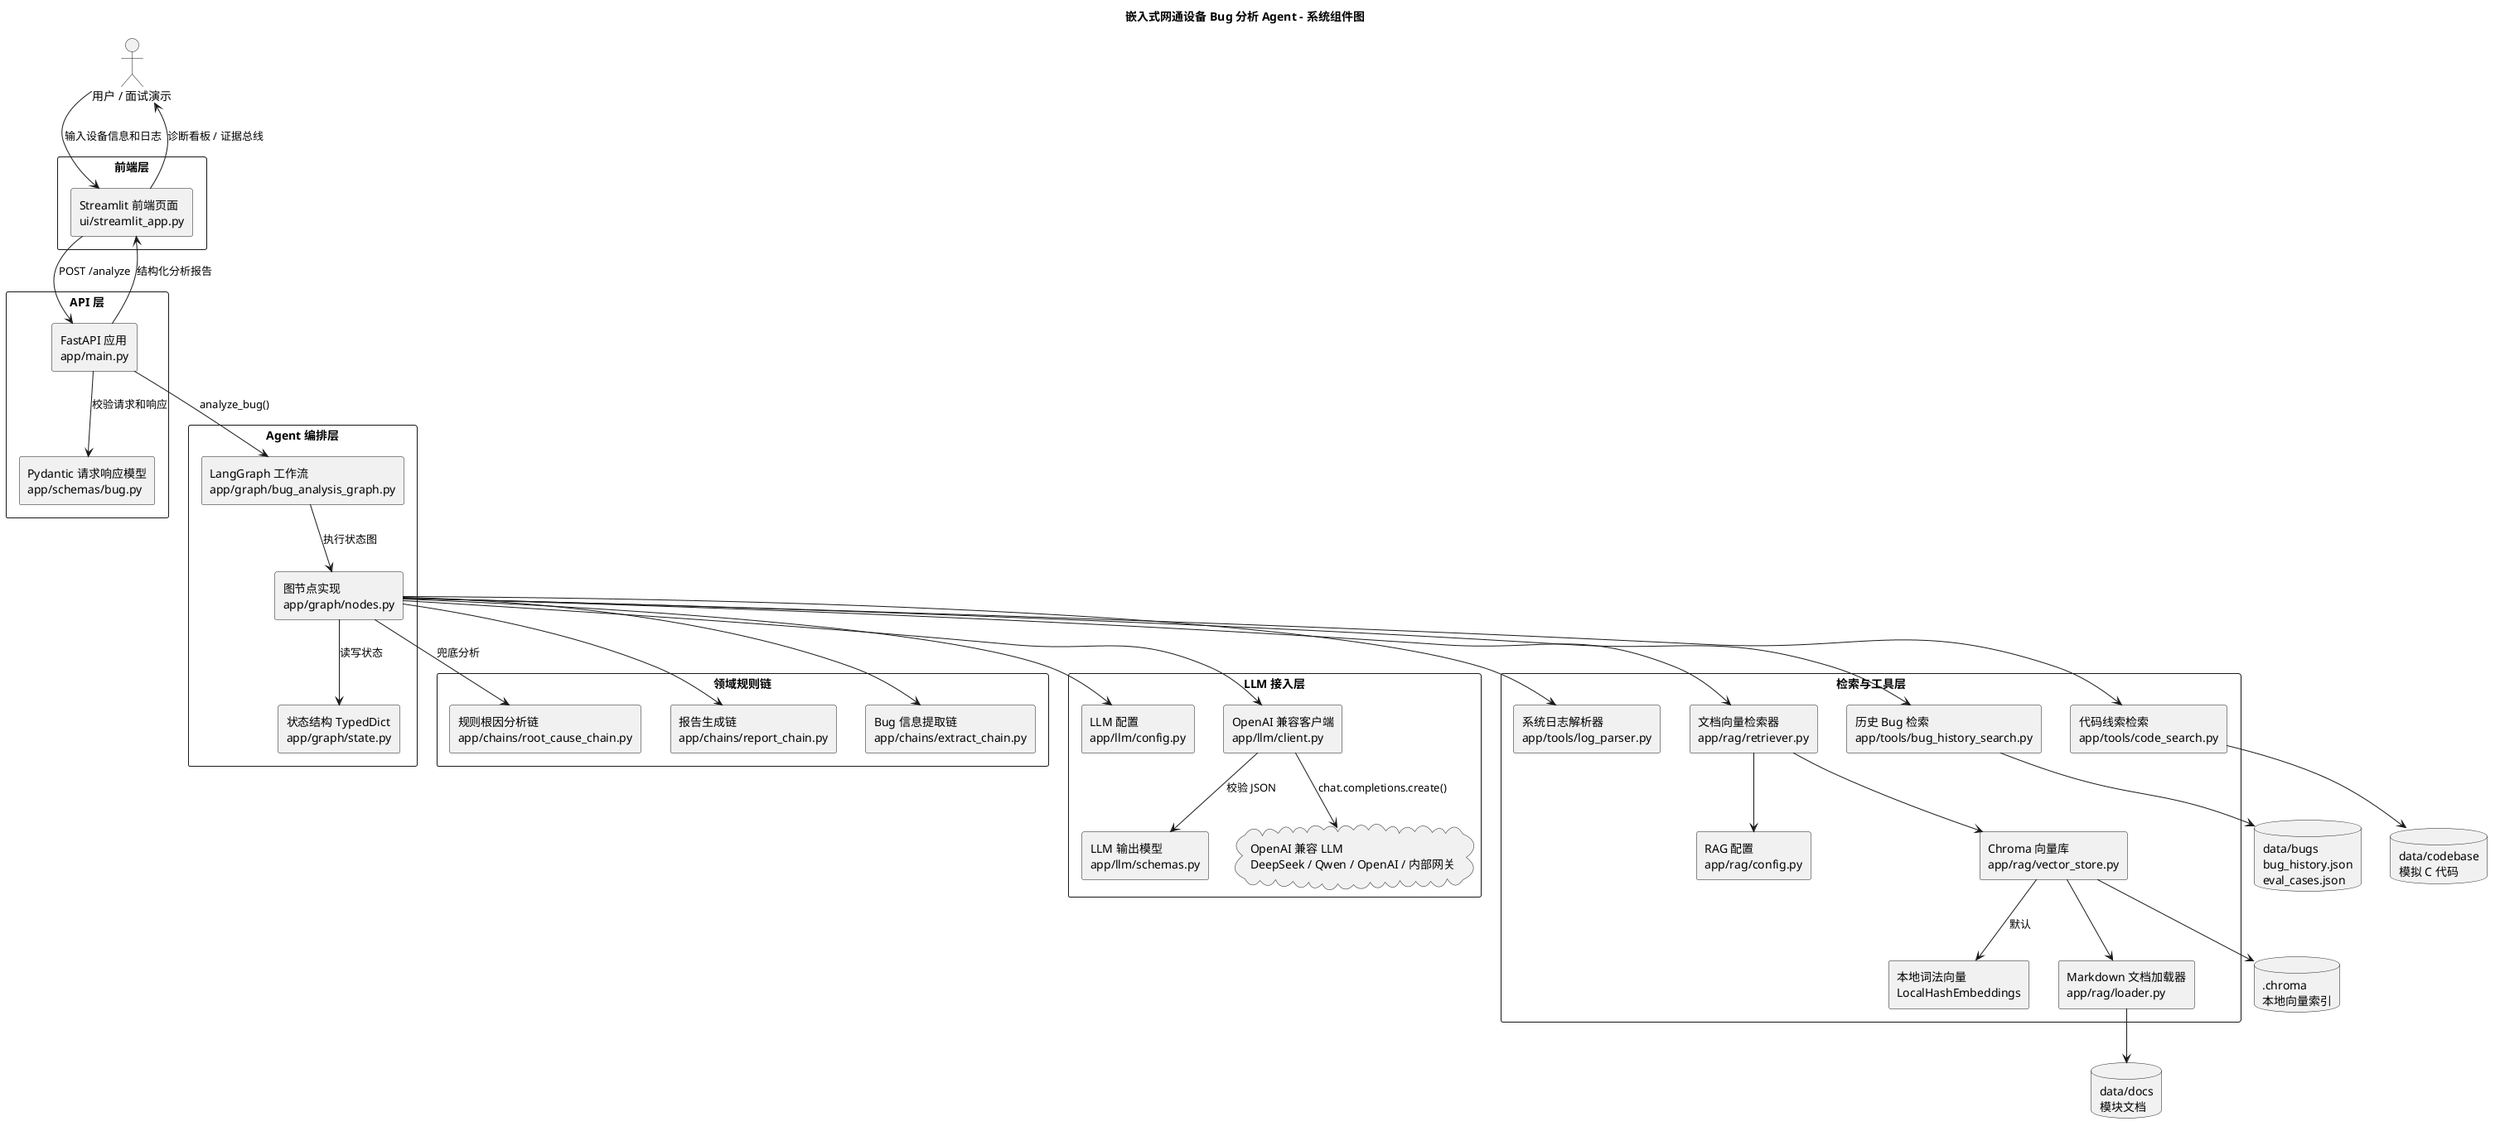
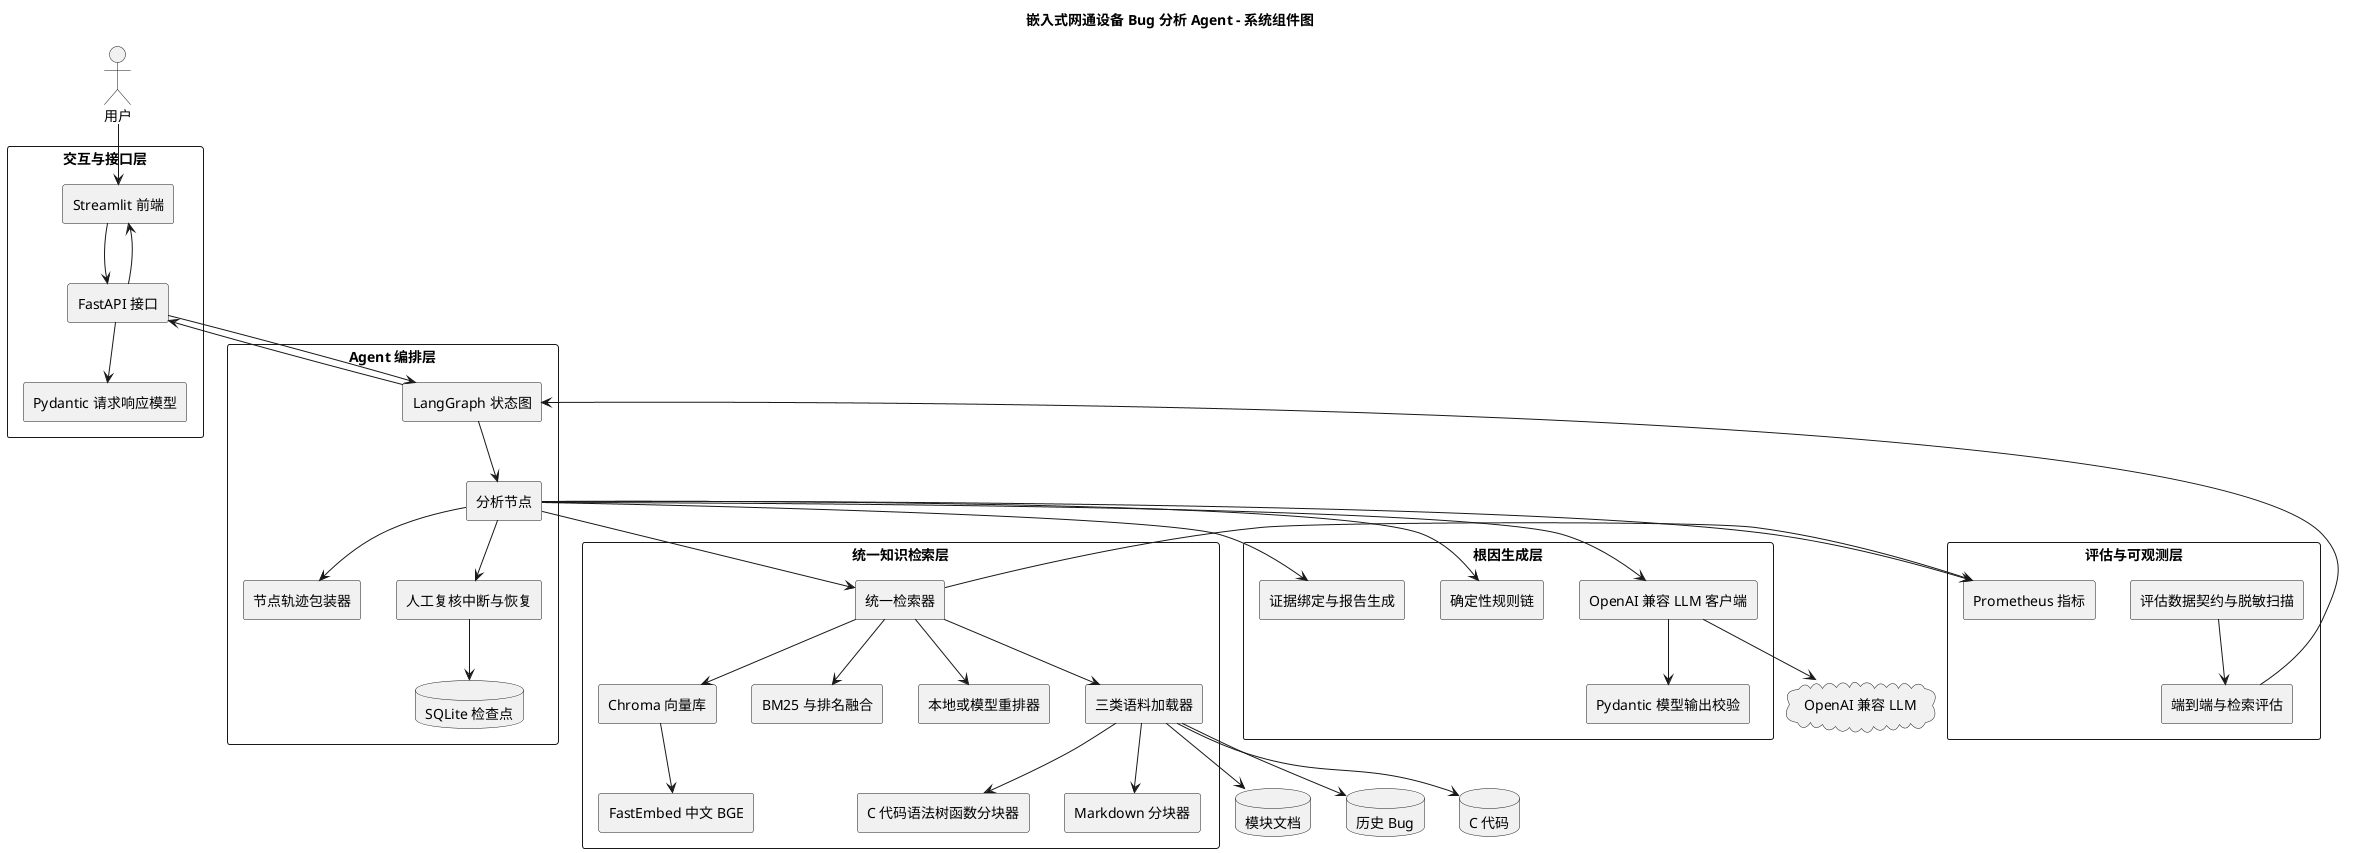
@startuml
title 嵌入式网通设备 Bug 分析 Agent - 系统组件图

skinparam componentStyle rectangle
skinparam packageStyle rectangle
skinparam shadowing false

- actor "用户 / 面试演示" as User
+ actor "用户" as User

- package "前端层" {
-   component "Streamlit 前端页面\nui/streamlit_app.py" as UI
- }
- 
- package "API 层" {
-   component "FastAPI 应用\napp/main.py" as API
-   component "Pydantic 请求响应模型\napp/schemas/bug.py" as Schemas
+ package "交互与接口层" {
+   component "Streamlit 前端" as UI
+   component "FastAPI 接口" as API
+   component "Pydantic 请求响应模型" as Schema
}

package "Agent 编排层" {
-   component "LangGraph 工作流\napp/graph/bug_analysis_graph.py" as Graph
-   component "图节点实现\napp/graph/nodes.py" as Nodes
-   component "状态结构 TypedDict\napp/graph/state.py" as State
+   component "LangGraph 状态图" as Graph
+   component "分析节点" as Nodes
+   component "节点轨迹包装器" as Trace
+   component "人工复核中断与恢复" as Review
+   database "SQLite 检查点" as Checkpoint
}

- package "领域规则链" {
-   component "Bug 信息提取链\napp/chains/extract_chain.py" as Extract
-   component "规则根因分析链\napp/chains/root_cause_chain.py" as RuleCause
-   component "报告生成链\napp/chains/report_chain.py" as Report
+ package "统一知识检索层" {
+   component "三类语料加载器" as Corpus
+   component "Markdown 分块器" as Splitter
+   component "C 代码语法树函数分块器" as CodeParser
+   component "统一检索器" as Retriever
+   component "BM25 与排名融合" as Ranking
+   component "本地或模型重排器" as Reranker
+   component "Chroma 向量库" as Vector
+   component "FastEmbed 中文 BGE" as BGE
}

- package "LLM 接入层" {
-   component "LLM 配置\napp/llm/config.py" as LLMConfig
-   component "OpenAI 兼容客户端\napp/llm/client.py" as LLMClient
-   component "LLM 输出模型\napp/llm/schemas.py" as LLMSchemas
-   cloud "OpenAI 兼容 LLM\nDeepSeek / Qwen / OpenAI / 内部网关" as LLM
+ package "根因生成层" {
+   component "OpenAI 兼容 LLM 客户端" as LLMClient
+   component "Pydantic 模型输出校验" as LLMOutput
+   component "确定性规则链" as Rules
+   component "证据绑定与报告生成" as Report
}

- package "检索与工具层" {
-   component "系统日志解析器\napp/tools/log_parser.py" as LogParser
-   component "历史 Bug 检索\napp/tools/bug_history_search.py" as BugSearch
-   component "代码线索检索\napp/tools/code_search.py" as CodeSearch
-   component "RAG 配置\napp/rag/config.py" as RAGConfig
-   component "Markdown 文档加载器\napp/rag/loader.py" as Loader
-   component "文档向量检索器\napp/rag/retriever.py" as Retriever
-   component "Chroma 向量库\napp/rag/vector_store.py" as VectorStore
-   component "本地词法向量\nLocalHashEmbeddings" as LocalEmbedding
+ package "评估与可观测层" {
+   component "评估数据契约与脱敏扫描" as EvalSchema
+   component "端到端与检索评估" as Evaluation
+   component "Prometheus 指标" as Metrics
}

- database "data/bugs\nbug_history.json\neval_cases.json" as BugData
- database "data/docs\n模块文档" as Docs
- database "data/codebase\n模拟 C 代码" as CodeData
- database ".chroma\n本地向量索引" as Chroma
+ database "模块文档" as Docs
+ database "历史 Bug" as Bugs
+ database "C 代码" as Code
+ cloud "OpenAI 兼容 LLM" as LLM

- User --> UI : 输入设备信息和日志
- UI --> API : POST /analyze
- API --> Schemas : 校验请求和响应
- API --> Graph : analyze_bug()
- Graph --> Nodes : 执行状态图
- Nodes --> State : 读写状态
- 
- Nodes --> Extract
- Nodes --> LogParser
- Nodes --> BugSearch
- Nodes --> CodeSearch
+ User --> UI
+ UI --> API
+ API --> Schema
+ API --> Graph
+ Graph --> Nodes
+ Nodes --> Trace
Nodes --> Retriever
- Nodes --> LLMConfig
Nodes --> LLMClient
- Nodes --> RuleCause : 兜底分析
+ Nodes --> Rules
+ Nodes --> Review
+ Review --> Checkpoint
Nodes --> Report
- 
- LLMClient --> LLMSchemas : 校验 JSON
- LLMClient --> LLM : chat.completions.create()
- 
- BugSearch --> BugData
- CodeSearch --> CodeData
- Loader --> Docs
- Retriever --> RAGConfig
- Retriever --> VectorStore
- VectorStore --> Loader
- VectorStore --> LocalEmbedding : 默认
- VectorStore --> Chroma
- 
- API --> UI : 结构化分析报告
- UI --> User : 诊断看板 / 证据总线
- 
+ Corpus --> Docs
+ Corpus --> Bugs
+ Corpus --> Code
+ Corpus --> Splitter
+ Corpus --> CodeParser
+ Retriever --> Corpus
+ Retriever --> Ranking
+ Retriever --> Reranker
+ Retriever --> Vector
+ Vector --> BGE
+ LLMClient --> LLM
+ LLMClient --> LLMOutput
+ Nodes --> Metrics
+ Retriever --> Metrics
+ EvalSchema --> Evaluation
+ Evaluation --> Graph
+ Graph --> API
+ API --> UI
@enduml
